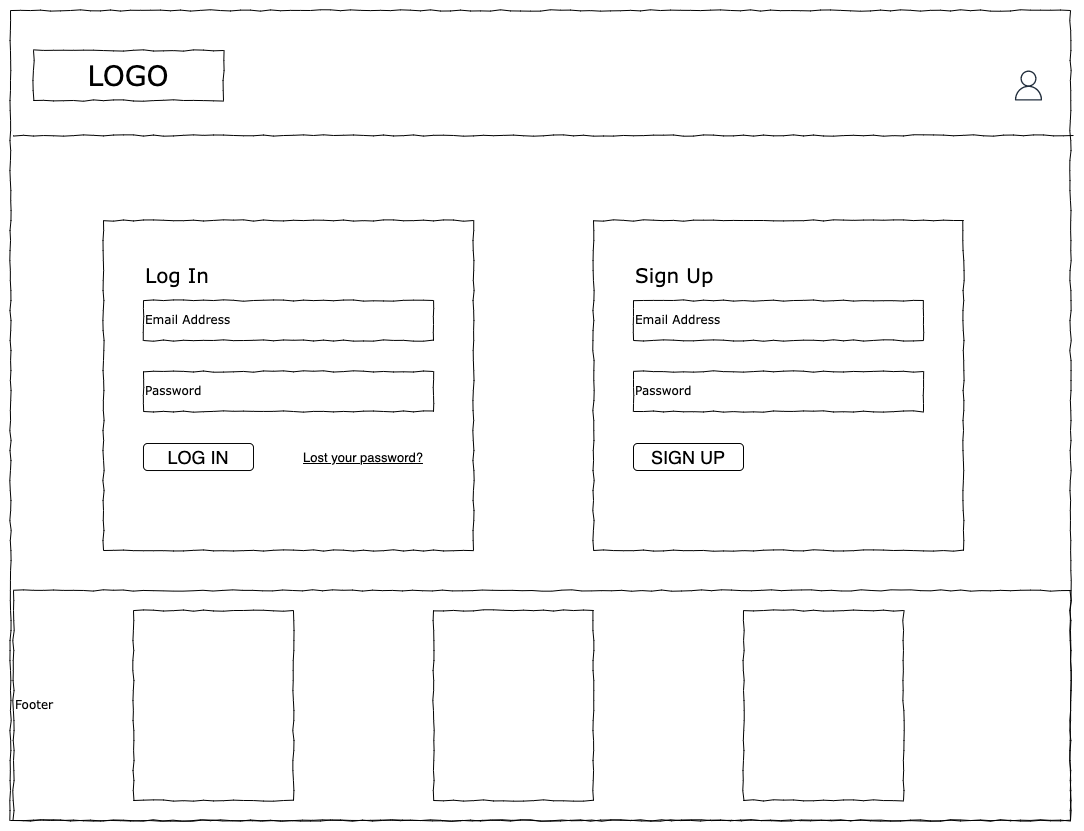
Above: Signin_wireframe.png in yidanzhu10/INFO6150Project2 (draw.io), before the change. Source tidied: cells renumbered, new cells last; positions are measured from the earlier drawing's top-left corner, leaving out a move shared by most shapes.
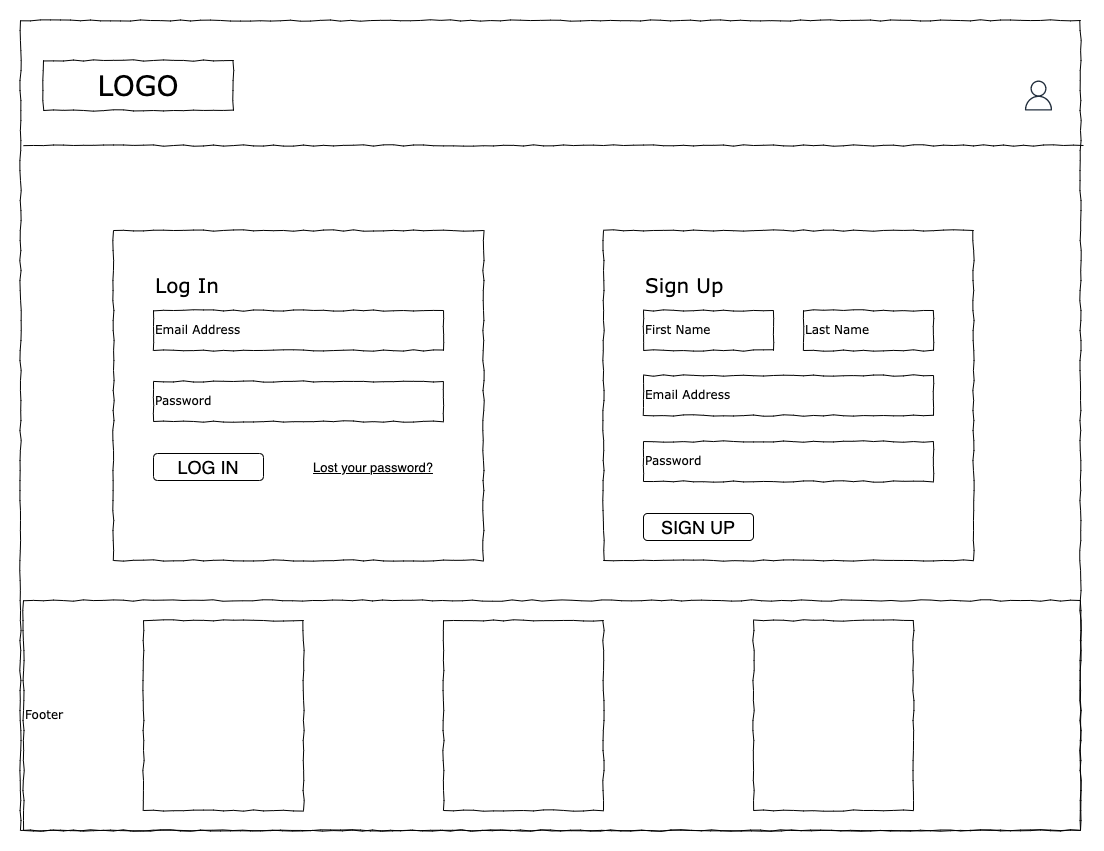
After the commit.

Commit message:
Name field and media query added

The edit, as a diff of the source:
```diff
@@ -48,14 +48,20 @@
       <mxGeometry x="40" y="40" width="200" height="40" as="geometry" />
     </mxCell>
     <mxCell id="17" value="Email Address" style="whiteSpace=wrap;html=1;rounded=0;shadow=0;labelBackgroundColor=none;strokeWidth=1;fillColor=none;fontFamily=Verdana;fontSize=12;align=left;comic=1;" parent="14" vertex="1">
-      <mxGeometry x="40" y="80" width="290" height="40" as="geometry" />
+      <mxGeometry x="40" y="145" width="290" height="40" as="geometry" />
     </mxCell>
     <mxCell id="18" value="Password" style="whiteSpace=wrap;html=1;rounded=0;shadow=0;labelBackgroundColor=none;strokeWidth=1;fillColor=none;fontFamily=Verdana;fontSize=12;align=left;comic=1;" parent="14" vertex="1">
-      <mxGeometry x="40" y="151" width="290" height="40" as="geometry" />
+      <mxGeometry x="40" y="211" width="290" height="40" as="geometry" />
     </mxCell>
     <mxCell id="19" value="&lt;font style=&quot;font-size: 18px&quot;&gt;SIGN UP&lt;/font&gt;" style="rounded=1;whiteSpace=wrap;html=1;fontSize=20;fontColor=#000000;" parent="14" vertex="1">
-      <mxGeometry x="40" y="223" width="110" height="27" as="geometry" />
+      <mxGeometry x="40" y="283" width="110" height="27" as="geometry" />
     </mxCell>
+    <mxCell id="23" value="First Name" style="whiteSpace=wrap;html=1;rounded=0;shadow=0;labelBackgroundColor=none;strokeWidth=1;fillColor=none;fontFamily=Verdana;fontSize=12;align=left;comic=1;" parent="14" vertex="1">
+      <mxGeometry x="40" y="80" width="130" height="40" as="geometry" />
+    </mxCell>
+    <mxCell id="24" value="Last Name" style="whiteSpace=wrap;html=1;rounded=0;shadow=0;labelBackgroundColor=none;strokeWidth=1;fillColor=none;fontFamily=Verdana;fontSize=12;align=left;comic=1;" parent="14" vertex="1">
+      <mxGeometry x="200" y="80" width="130" height="40" as="geometry" />
+    </mxCell>
     <mxCell id="20" style="whiteSpace=wrap;html=1;rounded=0;shadow=0;labelBackgroundColor=none;strokeWidth=1;fillColor=none;fontFamily=Verdana;fontSize=12;align=center;comic=1;" parent="1" vertex="1">
       <mxGeometry x="123" y="600" width="160" height="190" as="geometry" />
     </mxCell>
```
